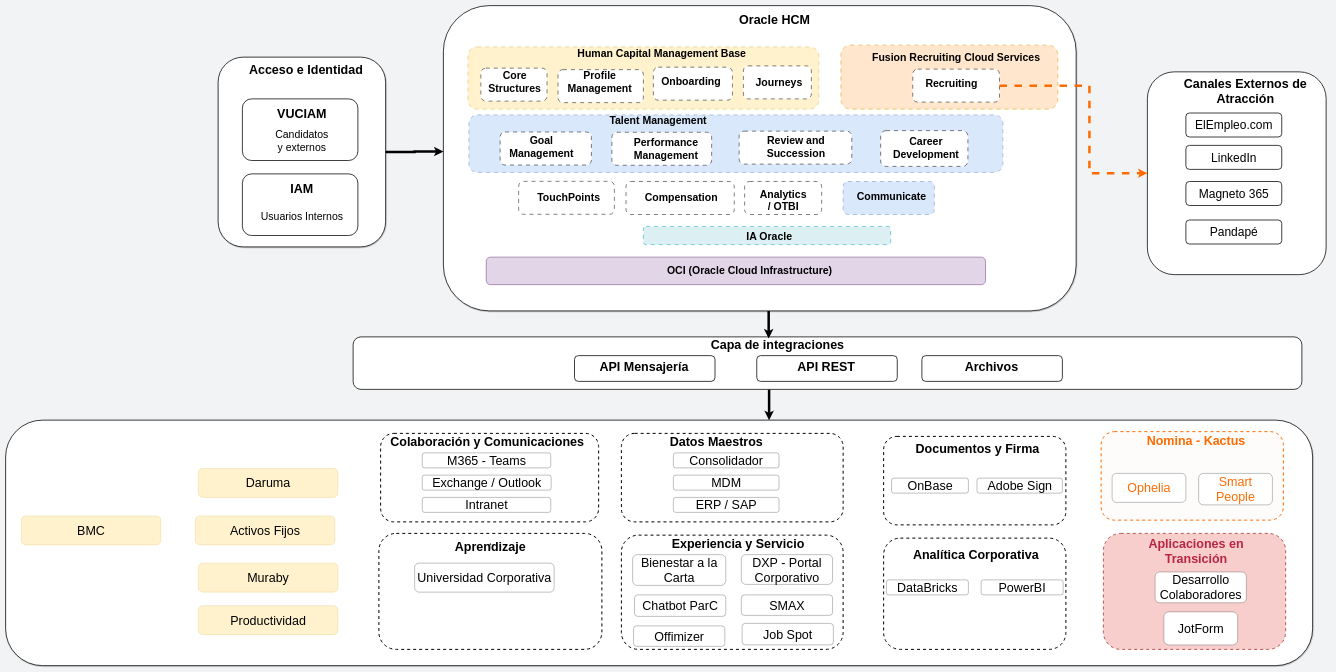
The draw.io diagram page "Page-2" (2 of 2) of HCM.drawio in carlosvalderrama1204/diagrams, before the edit. Source tidied: cells renumbered, new cells numbered last; positions are measured from the earlier drawing's top-left corner, leaving out a move shared by most shapes. Both pictures are drawn from the tidied source at 25%, with x=0, y=0 at pixel (6, 6).
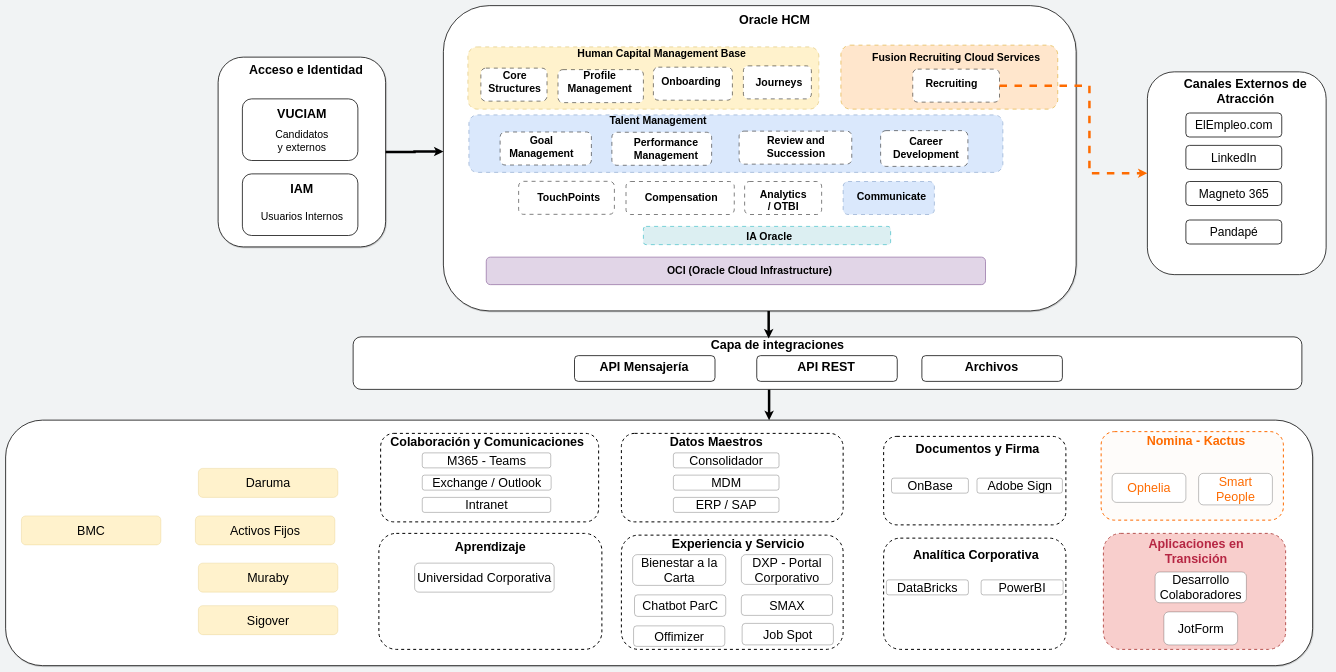
The same page after the edit.

What changed in the source:
```diff
@@
-    <mxCell id="107" value="Productividad" style="rounded=1;whiteSpace=wrap;html=1;fontSize=50;fillColor=#fff2cc;strokeColor=#d6b656;" parent="1" vertex="1">
+    <mxCell id="107" value="Sigover" style="rounded=1;whiteSpace=wrap;html=1;fontSize=50;fillColor=#fff2cc;strokeColor=#d6b656;" parent="1" vertex="1">
       <mxGeometry x="771" y="2400" width="558" height="116" as="geometry" />
     </mxCell>
```
